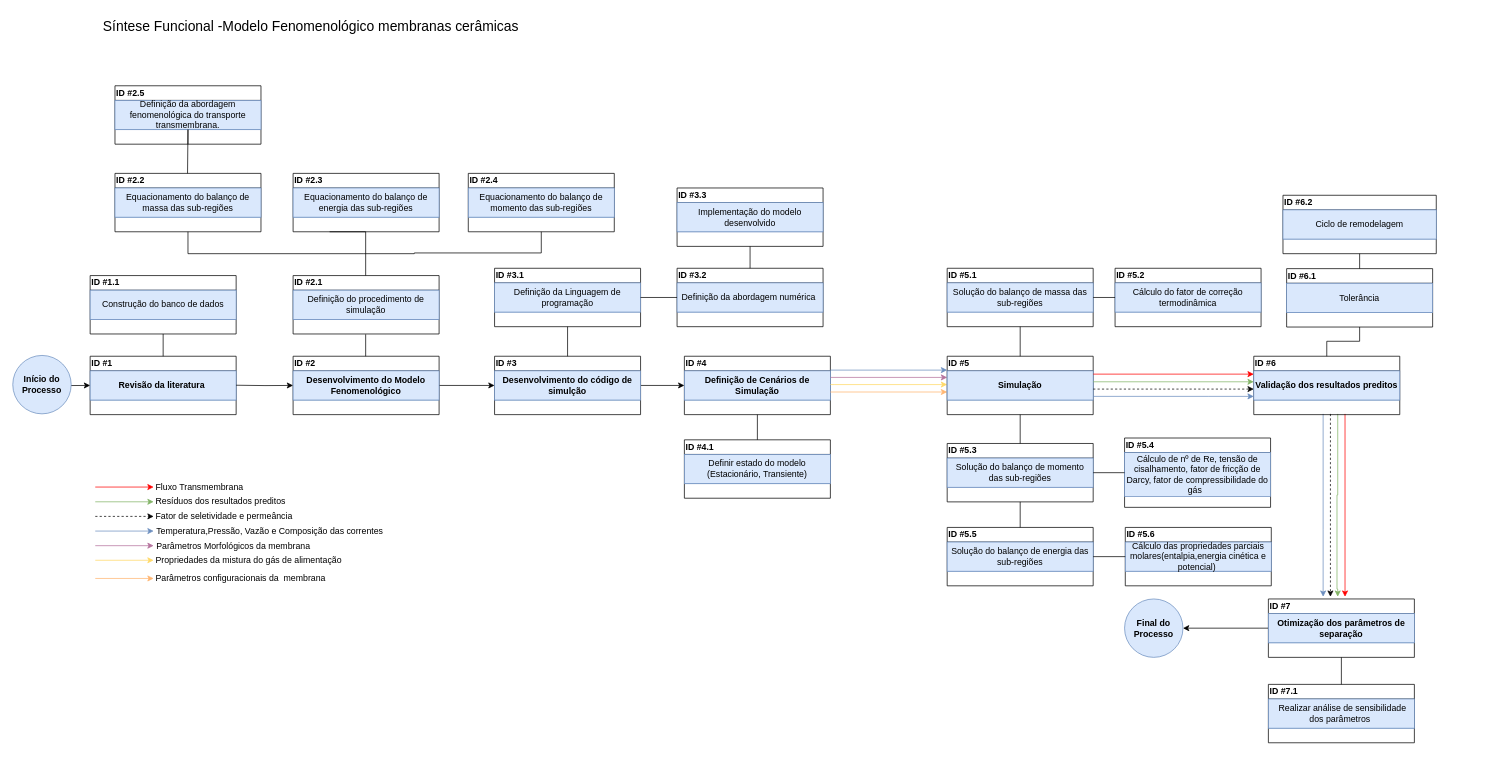
Above: Sintese Funcional Fenomenológico  membranas ceramicas.drawio.xml in igcampos/Mestrado (draw.io), before the change. Source tidied: cells renumbered, new cells numbered last; positions are measured from the earlier drawing's top-left corner, leaving out a move shared by most shapes. Both pictures are drawn from the tidied source at 73%, with x=0, y=0 at pixel (12, 12).
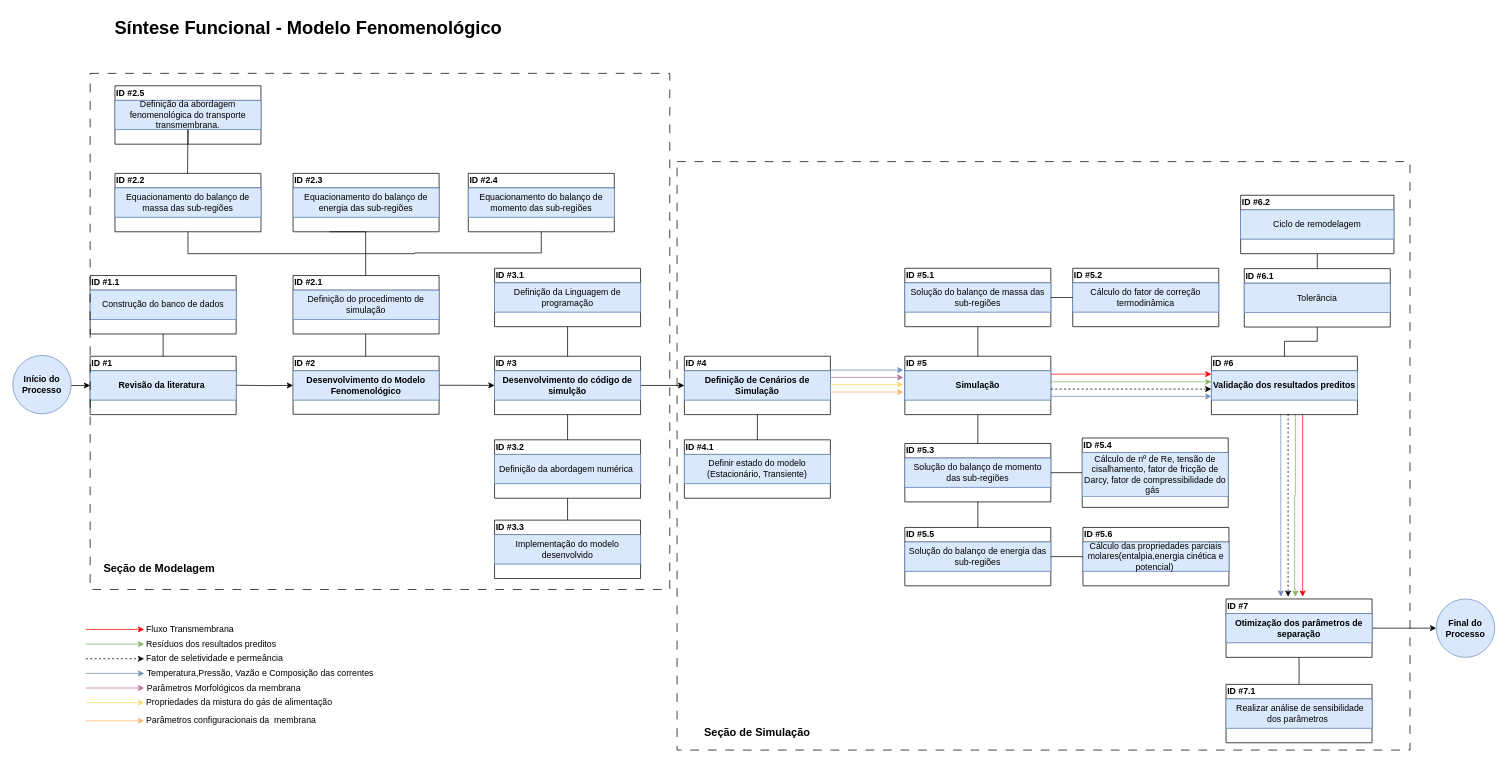
After the change.

Unchanged cells that the change refers to:
```xml
<mxCell id="65" value="ID #3" style="swimlane;whiteSpace=wrap;html=1;startSize=20;align=left;rounded=0;" parent="1" vertex="1">
  <mxGeometry x="660" y="470.5" width="200" height="80" as="geometry" />
</mxCell>
<mxCell id="68" value="ID #3.1" style="swimlane;whiteSpace=wrap;html=1;startSize=20;align=left;rounded=0;" parent="1" vertex="1">
  <mxGeometry x="660" y="350" width="200" height="80" as="geometry" />
</mxCell>
```

The edit, as a diff of the source:
```diff
@@
-    <mxCell id="7" value="Síntese Funcional -Modelo Fenomenológico membranas cerâmicas" style="text;html=1;align=center;verticalAlign=middle;strokeColor=none;fillColor=none;fontSize=19;rounded=0;" parent="1" vertex="1">
-      <mxGeometry x="113" width="590" height="40" as="geometry" />
+    <mxCell id="7" value="&lt;b&gt;&lt;font style=&quot;font-size: 25px;&quot;&gt;Síntese Funcional - Modelo Fenomenológico&amp;nbsp;&lt;/font&gt;&lt;/b&gt;" style="text;html=1;align=center;verticalAlign=middle;strokeColor=none;fillColor=none;fontSize=19;rounded=0;" parent="1" vertex="1">
+      <mxGeometry x="128" width="560" height="40" as="geometry" />
     </mxCell>
-    <mxCell id="8" style="edgeStyle=orthogonalEdgeStyle;rounded=0;jettySize=auto;html=1;entryX=1;entryY=0.5;entryDx=0;entryDy=0;" parent="1" edge="1" source="9" target="15">
+    <mxCell id="8" style="edgeStyle=orthogonalEdgeStyle;rounded=0;jettySize=auto;html=1;entryX=0;entryY=0.5;entryDx=0;entryDy=0;" parent="1" edge="1" source="9" target="15">
       <mxGeometry relative="1" as="geometry" />
     </mxCell>
     <mxCell id="9" value="ID #7" style="swimlane;whiteSpace=wrap;html=1;startSize=20;align=left;rounded=0;" parent="1" vertex="1">
-      <mxGeometry x="1720" y="803" width="200" height="80" as="geometry" />
+      <mxGeometry x="1662" y="803" width="200" height="80" as="geometry" />
     </mxCell>
@@
     <mxCell id="15" value="Final do Processo" style="ellipse;whiteSpace=wrap;html=1;fillColor=#dae8fc;strokeColor=#6c8ebf;fontStyle=1;rounded=0;" parent="1" vertex="1">
-      <mxGeometry x="1523" y="803" width="80" height="80" as="geometry" />
+      <mxGeometry x="1950" y="803" width="80" height="80" as="geometry" />
     </mxCell>
     <mxCell id="16" value="ID #7.1" style="swimlane;whiteSpace=wrap;html=1;startSize=20;align=left;rounded=0;" parent="1" vertex="1">
-      <mxGeometry x="1720" y="920" width="200" height="80" as="geometry" />
+      <mxGeometry x="1662" y="920" width="200" height="80" as="geometry" />
     </mxCell>
@@
     <mxCell id="20" style="group;rounded=0;rotation=90;verticalAlign=top;" parent="1" vertex="1">
-      <mxGeometry x="1680" y="624.5" width="220" height="100.5" as="geometry" />
+      <mxGeometry x="1622" y="624.5" width="220" height="100.5" as="geometry" />
     </mxCell>
@@
     <mxCell id="25" value="&lt;div align=&quot;left&quot;&gt;Propriedades da mistura do gás de alimentação&lt;/div&gt;" style="text;html=1;align=left;verticalAlign=middle;strokeColor=none;fillColor=none;rounded=0;" parent="1" vertex="1">
-      <mxGeometry x="194" y="735" width="280" height="30" as="geometry" />
+      <mxGeometry x="181" y="930" width="280" height="30" as="geometry" />
     </mxCell>
     <mxCell id="26" value="&lt;div align=&quot;left&quot;&gt;Parâmetros configuracionais da&amp;nbsp; membrana&lt;/div&gt;" style="text;html=1;align=left;verticalAlign=middle;strokeColor=none;fillColor=none;rounded=0;" parent="1" vertex="1">
-      <mxGeometry x="194" y="760" width="260" height="30" as="geometry" />
+      <mxGeometry x="181" y="955" width="260" height="30" as="geometry" />
     </mxCell>
     <mxCell id="27" style="edgeStyle=orthogonalEdgeStyle;rounded=0;orthogonalLoop=1;jettySize=auto;html=1;fillColor=#dae8fc;strokeColor=#FFB570;" parent="1" edge="1">
       <mxGeometry relative="1" as="geometry">
-        <mxPoint x="113" y="774.9" as="sourcePoint" />
-        <mxPoint x="193" y="774.9" as="targetPoint" />
+        <mxPoint x="100" y="969.9" as="sourcePoint" />
+        <mxPoint x="180" y="969.9" as="targetPoint" />
       </mxGeometry>
     </mxCell>
     <mxCell id="28" style="edgeStyle=orthogonalEdgeStyle;rounded=0;orthogonalLoop=1;jettySize=auto;html=1;fillColor=#dae8fc;strokeColor=#B5739D;" parent="1" edge="1">
       <mxGeometry relative="1" as="geometry">
-        <mxPoint x="113" y="730" as="sourcePoint" />
-        <mxPoint x="193" y="730" as="targetPoint" />
+        <mxPoint x="100" y="925" as="sourcePoint" />
+        <mxPoint x="180" y="925" as="targetPoint" />
       </mxGeometry>
     </mxCell>
     <mxCell id="29" style="edgeStyle=orthogonalEdgeStyle;rounded=0;orthogonalLoop=1;jettySize=auto;html=1;fillColor=#dae8fc;strokeColor=#FFD966;" parent="1" edge="1">
       <mxGeometry relative="1" as="geometry">
-        <mxPoint x="113" y="750" as="sourcePoint" />
-        <mxPoint x="193" y="750" as="targetPoint" />
+        <mxPoint x="100" y="945" as="sourcePoint" />
+        <mxPoint x="180" y="945" as="targetPoint" />
         <Array as="points">
-          <mxPoint x="113" y="750" />
+          <mxPoint x="100" y="945" />
         </Array>
       </mxGeometry>
     </mxCell>
     <mxCell id="30" value="&lt;div align=&quot;left&quot;&gt;Temperatura,Pressão, Vazão e Composição das correntes&lt;/div&gt;" style="text;html=1;align=left;verticalAlign=middle;strokeColor=none;fillColor=none;rounded=0;" parent="1" vertex="1">
-      <mxGeometry x="195" y="695" width="330" height="30" as="geometry" />
+      <mxGeometry x="182" y="890" width="330" height="30" as="geometry" />
     </mxCell>
     <mxCell id="31" style="edgeStyle=orthogonalEdgeStyle;rounded=0;orthogonalLoop=1;jettySize=auto;html=1;fillColor=#9933FF;strokeColor=#6c8ebf;" parent="1" edge="1">
       <mxGeometry relative="1" as="geometry">
-        <mxPoint x="113" y="710" as="sourcePoint" />
-        <mxPoint x="193" y="710" as="targetPoint" />
+        <mxPoint x="100" y="905" as="sourcePoint" />
+        <mxPoint x="180" y="905" as="targetPoint" />
       </mxGeometry>
     </mxCell>
     <mxCell id="32" style="edgeStyle=orthogonalEdgeStyle;rounded=0;orthogonalLoop=1;jettySize=auto;html=1;fillColor=#d5e8d4;strokeColor=#82B366;" parent="1" edge="1">
       <mxGeometry relative="1" as="geometry">
-        <mxPoint x="113" y="669.9" as="sourcePoint" />
-        <mxPoint x="193" y="669.9" as="targetPoint" />
+        <mxPoint x="100" y="864.9" as="sourcePoint" />
+        <mxPoint x="180" y="864.9" as="targetPoint" />
       </mxGeometry>
     </mxCell>
     <mxCell id="33" value="&lt;div align=&quot;left&quot;&gt;Resíduos dos resultados preditos&lt;/div&gt;" style="text;html=1;align=left;verticalAlign=middle;strokeColor=none;fillColor=none;rounded=0;" parent="1" vertex="1">
-      <mxGeometry x="194" y="655" width="200" height="30" as="geometry" />
+      <mxGeometry x="181" y="850" width="200" height="30" as="geometry" />
     </mxCell>
     <mxCell id="34" style="edgeStyle=orthogonalEdgeStyle;rounded=0;orthogonalLoop=1;jettySize=auto;html=1;fillColor=#f8cecc;strokeColor=#050505;dashed=1;" parent="1" edge="1">
       <mxGeometry relative="1" as="geometry">
-        <mxPoint x="113" y="689.9" as="sourcePoint" />
-        <mxPoint x="193" y="689.9" as="targetPoint" />
+        <mxPoint x="100" y="884.9" as="sourcePoint" />
+        <mxPoint x="180" y="884.9" as="targetPoint" />
         <Array as="points">
-          <mxPoint x="154" y="689.9" />
+          <mxPoint x="141" y="884.9" />
         </Array>
       </mxGeometry>
     </mxCell>
     <mxCell id="35" value="&lt;div align=&quot;left&quot;&gt;Fator de seletividade e permeância&lt;/div&gt;" style="text;html=1;align=left;verticalAlign=middle;strokeColor=none;fillColor=none;rounded=0;" parent="1" vertex="1">
-      <mxGeometry x="194" y="675" width="210" height="30" as="geometry" />
+      <mxGeometry x="181" y="870" width="210" height="30" as="geometry" />
     </mxCell>
     <mxCell id="36" style="edgeStyle=orthogonalEdgeStyle;rounded=0;orthogonalLoop=1;jettySize=auto;html=1;fillColor=#FF3333;strokeColor=#FF0000;" parent="1" edge="1">
       <mxGeometry relative="1" as="geometry">
-        <mxPoint x="113" y="649.7" as="sourcePoint" />
-        <mxPoint x="193" y="649.7" as="targetPoint" />
+        <mxPoint x="100" y="844.7" as="sourcePoint" />
+        <mxPoint x="180" y="844.7" as="targetPoint" />
       </mxGeometry>
     </mxCell>
     <mxCell id="37" value="Fluxo Transmembrana" style="text;html=1;align=left;verticalAlign=middle;strokeColor=none;fillColor=none;rounded=0;" parent="1" vertex="1">
-      <mxGeometry x="194" y="635" width="140" height="30" as="geometry" />
+      <mxGeometry x="181" y="830" width="140" height="30" as="geometry" />
     </mxCell>
     <mxCell id="38" value="&lt;div align=&quot;left&quot;&gt;Parâmetros Morfológicos da membrana&lt;/div&gt;" style="text;html=1;align=left;verticalAlign=middle;strokeColor=none;fillColor=none;rounded=0;" parent="1" vertex="1">
-      <mxGeometry x="195" y="715.9" width="230" height="30" as="geometry" />
+      <mxGeometry x="182" y="910.9" width="230" height="30" as="geometry" />
     </mxCell>
@@
     <mxCell id="40" value="ID #2" style="swimlane;whiteSpace=wrap;html=1;startSize=20;align=left;rounded=0;" parent="1" vertex="1">
-      <mxGeometry x="384" y="470.5" width="200" height="80" as="geometry" />
+      <mxGeometry x="384" y="470.5" width="200" height="79.5" as="geometry" />
     </mxCell>
@@
     <mxCell id="72" value="ID #3.2" style="swimlane;whiteSpace=wrap;html=1;startSize=20;align=left;rounded=0;" parent="1" vertex="1">
-      <mxGeometry x="910" y="350" width="200" height="80" as="geometry" />
+      <mxGeometry x="660" y="585" width="200" height="80" as="geometry" />
     </mxCell>
@@
-    <mxCell id="75" style="endArrow=none;html=1;rounded=0;entryX=0;entryY=0.5;entryDx=0;entryDy=0;exitX=1;exitY=0.5;exitDx=0;exitDy=0;" parent="1" edge="1" source="68" target="72">
-      <mxGeometry relative="1" as="geometry" />
-    </mxCell>
     <mxCell id="76" value="ID #3.3" style="swimlane;whiteSpace=wrap;html=1;startSize=20;align=left;rounded=0;" parent="1" vertex="1">
-      <mxGeometry x="910" y="240" width="200" height="80" as="geometry" />
+      <mxGeometry x="660" y="695" width="200" height="80" as="geometry" />
     </mxCell>
@@
-    <mxCell id="79" style="endArrow=none;html=1;rounded=0;entryX=0.5;entryY=1;entryDx=0;entryDy=0;exitX=0.5;exitY=0;exitDx=0;exitDy=0;" parent="1" edge="1" source="72" target="76">
-      <mxGeometry relative="1" as="geometry" />
-    </mxCell>
@@
     <mxCell id="83" style="group;rounded=0;" parent="1" vertex="1">
-      <mxGeometry x="1120" y="459" width="160" height="70.5" as="geometry" />
+      <mxGeometry x="1120" y="459" width="100" height="70.5" as="geometry" />
     </mxCell>
     <mxCell id="84" style="edgeStyle=orthogonalEdgeStyle;rounded=0;orthogonalLoop=1;jettySize=auto;html=1;fillColor=#dae8fc;strokeColor=#FFB570;" parent="83" edge="1">
       <mxGeometry relative="1" as="geometry">
         <mxPoint y="60.5" as="sourcePoint" />
-        <mxPoint x="160" y="60.5" as="targetPoint" />
+        <mxPoint x="100" y="60.5" as="targetPoint" />
       </mxGeometry>
     </mxCell>
     <mxCell id="85" style="edgeStyle=orthogonalEdgeStyle;rounded=0;orthogonalLoop=1;jettySize=auto;html=1;fillColor=#dae8fc;strokeColor=#B5739D;" parent="83" edge="1">
       <mxGeometry relative="1" as="geometry">
         <mxPoint y="40.5" as="sourcePoint" />
-        <mxPoint x="160" y="40.5" as="targetPoint" />
+        <mxPoint x="100" y="40.5" as="targetPoint" />
       </mxGeometry>
     </mxCell>
     <mxCell id="86" style="edgeStyle=orthogonalEdgeStyle;rounded=0;orthogonalLoop=1;jettySize=auto;html=1;fillColor=#dae8fc;strokeColor=#FFD966;" parent="83" edge="1">
       <mxGeometry relative="1" as="geometry">
         <mxPoint y="50.3" as="sourcePoint" />
-        <mxPoint x="160" y="50.3" as="targetPoint" />
+        <mxPoint x="100" y="50.3" as="targetPoint" />
         <Array as="points">
-          <mxPoint x="5.1" y="50.3" />
+          <mxPoint x="3.2" y="50.3" />
         </Array>
       </mxGeometry>
     </mxCell>
     <mxCell id="87" style="edgeStyle=orthogonalEdgeStyle;rounded=0;orthogonalLoop=1;jettySize=auto;html=1;fillColor=#9933FF;strokeColor=#6c8ebf;" parent="83" edge="1">
       <mxGeometry relative="1" as="geometry">
         <mxPoint y="30.5" as="sourcePoint" />
-        <mxPoint x="160" y="30.5" as="targetPoint" />
+        <mxPoint x="100" y="30.5" as="targetPoint" />
         <Array as="points">
-          <mxPoint x="114.5" y="30.7" />
-          <mxPoint x="114.5" y="30.7" />
+          <mxPoint x="71.6" y="30.7" />
+          <mxPoint x="71.6" y="30.7" />
         </Array>
       </mxGeometry>
     </mxCell>
     <mxCell id="88" value="ID #5" style="swimlane;whiteSpace=wrap;html=1;startSize=20;align=left;rounded=0;" parent="1" vertex="1">
-      <mxGeometry x="1280" y="470.5" width="200" height="80" as="geometry" />
+      <mxGeometry x="1222" y="470.5" width="200" height="80" as="geometry" />
     </mxCell>
@@
     <mxCell id="95" value="ID #5.1" style="swimlane;whiteSpace=wrap;html=1;startSize=20;align=left;rounded=0;" parent="1" vertex="1">
-      <mxGeometry x="1280" y="350" width="200" height="80" as="geometry" />
+      <mxGeometry x="1222" y="350" width="200" height="80" as="geometry" />
     </mxCell>
@@
     <mxCell id="99" value="ID #5.3" style="swimlane;whiteSpace=wrap;html=1;startSize=20;align=left;rounded=0;" parent="1" vertex="1">
-      <mxGeometry x="1280" y="590" width="200" height="80" as="geometry" />
+      <mxGeometry x="1222" y="590" width="200" height="80" as="geometry" />
     </mxCell>
@@
     <mxCell id="102" value="ID #5.4" style="swimlane;whiteSpace=wrap;html=1;startSize=20;align=left;rounded=0;" parent="1" vertex="1">
-      <mxGeometry x="1523" y="582.5" width="200" height="95" as="geometry" />
+      <mxGeometry x="1465" y="582.5" width="200" height="95" as="geometry" />
     </mxCell>
@@
     <mxCell id="107" value="ID #5.2" style="swimlane;whiteSpace=wrap;html=1;startSize=20;align=left;rounded=0;" parent="1" vertex="1">
-      <mxGeometry x="1510" y="350" width="200" height="80" as="geometry" />
+      <mxGeometry x="1452" y="350" width="200" height="80" as="geometry" />
     </mxCell>
@@
     <mxCell id="111" value="ID #5.5" style="swimlane;whiteSpace=wrap;html=1;startSize=20;align=left;rounded=0;" parent="1" vertex="1">
-      <mxGeometry x="1280" y="705" width="200" height="80" as="geometry" />
+      <mxGeometry x="1222" y="705" width="200" height="80" as="geometry" />
     </mxCell>
@@
     <mxCell id="115" value="ID #5.6" style="swimlane;whiteSpace=wrap;html=1;startSize=20;align=left;rounded=0;" parent="1" vertex="1">
-      <mxGeometry x="1524" y="705" width="200" height="80" as="geometry" />
+      <mxGeometry x="1466" y="705" width="200" height="80" as="geometry" />
     </mxCell>
@@
     <mxCell id="119" value="ID #6" style="swimlane;whiteSpace=wrap;html=1;startSize=20;align=left;rounded=0;" parent="1" vertex="1">
-      <mxGeometry x="1700" y="470.5" width="200" height="80" as="geometry" />
+      <mxGeometry x="1642" y="470.5" width="200" height="80" as="geometry" />
     </mxCell>
@@
     <mxCell id="122" value="ID #6.1" style="swimlane;whiteSpace=wrap;html=1;startSize=20;align=left;rounded=0;" parent="1" vertex="1">
-      <mxGeometry x="1745" y="350.5" width="200" height="80" as="geometry" />
+      <mxGeometry x="1687" y="350.5" width="200" height="80" as="geometry" />
     </mxCell>
@@
     <mxCell id="125" style="endArrow=none;html=1;rounded=0;entryX=0.5;entryY=1;entryDx=0;entryDy=0;exitX=0.5;exitY=0;exitDx=0;exitDy=0;" parent="1" edge="1" source="119" target="122">
       <mxGeometry relative="1" as="geometry">
         <Array as="points">
-          <mxPoint x="1800" y="450" />
-          <mxPoint x="1845" y="450" />
+          <mxPoint x="1742" y="450" />
+          <mxPoint x="1787" y="450" />
         </Array>
       </mxGeometry>
     </mxCell>
     <mxCell id="126" value="ID #6.2" style="swimlane;whiteSpace=wrap;html=1;startSize=20;align=left;rounded=0;" parent="1" vertex="1">
-      <mxGeometry x="1740" y="250" width="210" height="80" as="geometry" />
+      <mxGeometry x="1682" y="250" width="210" height="80" as="geometry" />
     </mxCell>
@@
     <mxCell id="130" style="group;rounded=0;" parent="1" vertex="1">
-      <mxGeometry x="1480" y="495" width="220" height="70.5" as="geometry" />
+      <mxGeometry x="1422" y="495" width="220" height="70.5" as="geometry" />
     </mxCell>
@@
+    <mxCell id="136" style="rounded=0;whiteSpace=wrap;html=1;fillColor=none;dashed=1;dashPattern=12 12;" parent="1" vertex="1">
+      <mxGeometry x="106" y="83" width="794" height="707" as="geometry" />
+    </mxCell>
+    <mxCell id="137" style="endArrow=none;html=1;rounded=0;entryX=0.5;entryY=1;entryDx=0;entryDy=0;exitX=0.5;exitY=0;exitDx=0;exitDy=0;" parent="1" edge="1" source="72" target="65">
+      <mxGeometry relative="1" as="geometry" />
+    </mxCell>
+    <mxCell id="138" style="endArrow=none;html=1;rounded=0;entryX=0.5;entryY=1;entryDx=0;entryDy=0;exitX=0.5;exitY=0;exitDx=0;exitDy=0;" parent="1" edge="1" source="76" target="72">
+      <mxGeometry relative="1" as="geometry" />
+    </mxCell>
+    <mxCell id="139" style="rounded=0;whiteSpace=wrap;html=1;fillColor=none;dashed=1;dashPattern=12 12;" parent="1" vertex="1">
+      <mxGeometry x="910" y="203.9" width="1004" height="806.1" as="geometry" />
+    </mxCell>
+    <mxCell id="140" value="&lt;b&gt;&lt;font style=&quot;font-size: 15px;&quot;&gt;Seção de Modelagem&lt;/font&gt;&lt;/b&gt;" style="text;html=1;strokeColor=none;fillColor=none;align=center;verticalAlign=middle;whiteSpace=wrap;rounded=0;" parent="1" vertex="1">
+      <mxGeometry x="120" y="745" width="162" height="30" as="geometry" />
+    </mxCell>
+    <mxCell id="141" value="&lt;b&gt;&lt;font style=&quot;font-size: 15px;&quot;&gt;Seção de Simulação&lt;/font&gt;&lt;/b&gt;" style="text;html=1;strokeColor=none;fillColor=none;align=center;verticalAlign=middle;whiteSpace=wrap;rounded=0;" parent="1" vertex="1">
+      <mxGeometry x="930" y="970" width="180" height="30" as="geometry" />
+    </mxCell>
```
